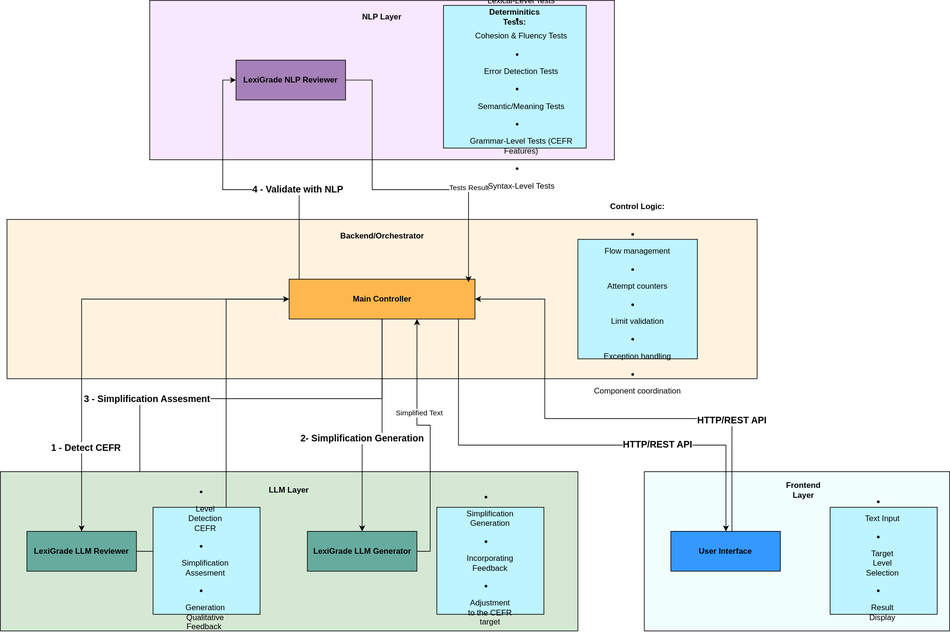
Earlier version of the draw.io export docs/architecture/lexigrade_components.drawio.svg (Lexi-Grade/lexigrade-app). Source tidied: cells renumbered, new cells last; positions are measured from the earlier drawing's top-left corner, leaving out a move shared by most shapes.
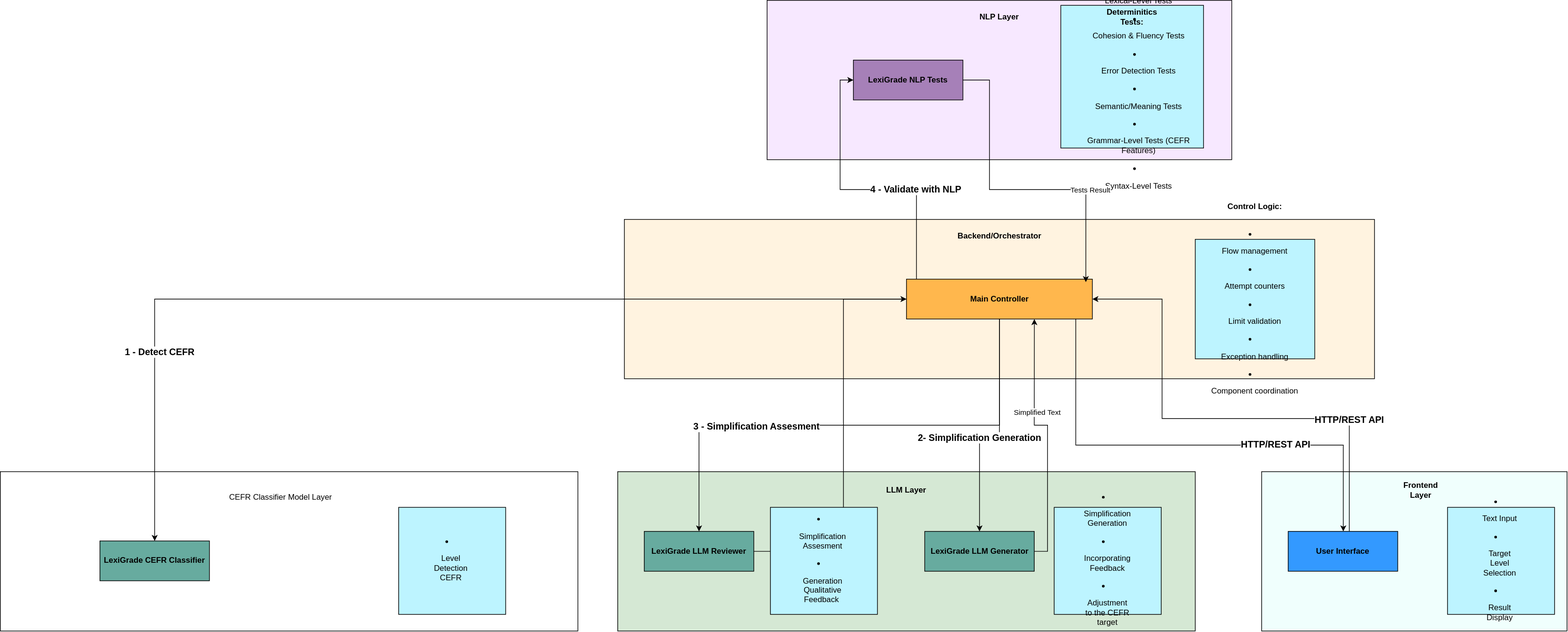
The same file after the commit.

Change to the diagram source:
```diff
@@ -14,20 +14,6 @@
     <mxCell id="5" value="&lt;p&gt;&lt;/p&gt;&lt;div style=&quot;&quot;&gt;&lt;span style=&quot;background-color: transparent; color: light-dark(rgb(0, 0, 0), rgb(255, 255, 255));&quot;&gt;&lt;b&gt;Control Logic:&lt;/b&gt;&lt;/span&gt;&lt;/div&gt;&lt;div style=&quot;&quot;&gt;&lt;br&gt;&lt;/div&gt;&lt;p&gt;&lt;/p&gt;&lt;li&gt;&lt;p style=&quot;&quot;&gt;Flow management&lt;/p&gt;&lt;/li&gt;&lt;li&gt;&lt;p style=&quot;&quot;&gt;Attempt counters&lt;/p&gt;&lt;/li&gt;&lt;li&gt;&lt;p style=&quot;&quot;&gt;Limit validation&lt;/p&gt;&lt;/li&gt;&lt;li&gt;&lt;p style=&quot;&quot;&gt;Exception handling&lt;/p&gt;&lt;/li&gt;&lt;li&gt;&lt;p style=&quot;&quot;&gt;Component coordination&lt;/p&gt;&lt;/li&gt;" style="text;html=1;whiteSpace=wrap;strokeColor=none;fillColor=none;align=center;verticalAlign=middle;rounded=0;" parent="1" vertex="1">
       <mxGeometry x="880" y="390" width="160" height="120" as="geometry" />
     </mxCell>
-    <mxCell id="6" style="edgeStyle=orthogonalEdgeStyle;rounded=0;jettySize=auto;html=1;entryX=0.859;entryY=0.026;entryDx=0;entryDy=0;entryPerimeter=0;" parent="1" edge="1" source="8" target="20">
-      <mxGeometry relative="1" as="geometry">
-        <Array as="points">
-          <mxPoint x="575" y="600" />
-          <mxPoint x="210" y="600" />
-          <mxPoint x="210" y="802" />
-        </Array>
-      </mxGeometry>
-    </mxCell>
-    <mxCell id="7" value="&lt;b&gt;&lt;font style=&quot;font-size: 14px;&quot;&gt;3 - Simplification Assesment&lt;/font&gt;&lt;/b&gt;" style="edgeLabel;html=1;align=center;verticalAlign=middle;" parent="6" vertex="1">
-      <mxGeometry x="0.34" y="-4" relative="1" as="geometry">
-        <mxPoint x="5" y="4" as="offset" />
-      </mxGeometry>
-    </mxCell>
     <mxCell id="8" style="rounded=0;whiteSpace=wrap;html=1;fillColor=#FFB74D;" parent="1" vertex="1">
       <mxGeometry x="435" y="420" width="280" height="60" as="geometry" />
     </mxCell>
@@ -40,7 +26,7 @@
     <mxCell id="11" value="&lt;b&gt;NLP Layer&lt;/b&gt;" style="text;html=1;whiteSpace=wrap;strokeColor=none;fillColor=none;align=center;verticalAlign=middle;rounded=0;" parent="1" vertex="1">
       <mxGeometry x="540" y="10" width="70" height="30" as="geometry" />
     </mxCell>
-    <mxCell id="12" value="&lt;b&gt;LexiGrade NLP Reviewer&lt;/b&gt;" style="rounded=0;whiteSpace=wrap;html=1;fillColor=#A680B8;" parent="1" vertex="1">
+    <mxCell id="12" value="&lt;b&gt;LexiGrade NLP Tests&lt;/b&gt;" style="rounded=0;whiteSpace=wrap;html=1;fillColor=#A680B8;" parent="1" vertex="1">
       <mxGeometry x="355" y="90" width="165" height="60" as="geometry" />
     </mxCell>
     <mxCell id="13" style="whiteSpace=wrap;html=1;fillColor=#BDF4FF;" parent="1" vertex="1">
@@ -75,7 +61,7 @@
     <mxCell id="21" style="whiteSpace=wrap;html=1;fillColor=#BDF4FF;" parent="1" vertex="1">
       <mxGeometry x="230" y="763.8" width="161.2" height="161.2" as="geometry" />
     </mxCell>
-    <mxCell id="22" value="&lt;li&gt;&lt;p&gt;Level Detection CEFR&lt;/p&gt;&lt;/li&gt;&lt;li&gt;&lt;p&gt;Simplification Assesment&lt;/p&gt;&lt;/li&gt;&lt;li&gt;&lt;p&gt;Generation Qualitative Feedback&amp;nbsp;&lt;/p&gt;&lt;/li&gt;" style="text;html=1;whiteSpace=wrap;strokeColor=none;fillColor=none;align=center;verticalAlign=middle;rounded=0;" parent="1" vertex="1">
+    <mxCell id="22" value="&lt;li&gt;&lt;p&gt;&lt;span style=&quot;background-color: transparent; color: light-dark(rgb(0, 0, 0), rgb(255, 255, 255));&quot;&gt;Simplification Assesment&lt;/span&gt;&lt;/p&gt;&lt;/li&gt;&lt;li&gt;&lt;p&gt;Generation Qualitative Feedback&amp;nbsp;&lt;/p&gt;&lt;/li&gt;" style="text;html=1;whiteSpace=wrap;strokeColor=none;fillColor=none;align=center;verticalAlign=middle;rounded=0;" parent="1" vertex="1">
       <mxGeometry x="278.8" y="832.5" width="60" height="30" as="geometry" />
     </mxCell>
     <mxCell id="23" style="whiteSpace=wrap;html=1;fillColor=#BDF4FF;" parent="1" vertex="1">
@@ -113,14 +99,6 @@
     <mxCell id="31" value="&lt;li&gt;&lt;p&gt;Simplification Generation&lt;/p&gt;&lt;/li&gt;&lt;li&gt;&lt;p&gt;Incorporating Feedback&lt;/p&gt;&lt;/li&gt;&lt;li&gt;&lt;p&gt;Adjustment to the CEFR target&lt;/p&gt;&lt;/li&gt;" style="text;html=1;whiteSpace=wrap;strokeColor=none;fillColor=none;align=center;verticalAlign=middle;rounded=0;" parent="1" vertex="1">
       <mxGeometry x="708.1" y="832.5" width="60" height="30" as="geometry" />
     </mxCell>
-    <mxCell id="32" style="edgeStyle=orthogonalEdgeStyle;rounded=0;jettySize=auto;html=1;" parent="1" edge="1" source="8" target="20">
-      <mxGeometry relative="1" as="geometry" />
-    </mxCell>
-    <mxCell id="33" value="&lt;b&gt;&lt;font style=&quot;font-size: 14px;&quot;&gt;1 - Detect CEFR&lt;/font&gt;&lt;/b&gt;" style="edgeLabel;html=1;align=center;verticalAlign=middle;" parent="32" vertex="1">
-      <mxGeometry x="0.62" y="6" relative="1" as="geometry">
-        <mxPoint y="-1" as="offset" />
-      </mxGeometry>
-    </mxCell>
     <mxCell id="34" style="edgeStyle=orthogonalEdgeStyle;rounded=0;jettySize=auto;html=1;entryX=0.5;entryY=0;entryDx=0;entryDy=0;" parent="1" edge="1" source="8" target="18">
       <mxGeometry relative="1" as="geometry">
         <Array as="points">
@@ -177,5 +155,34 @@
     <mxCell id="43" value="&lt;b&gt;&lt;font style=&quot;font-size: 14px;&quot;&gt;HTTP/REST API&lt;/font&gt;&lt;/b&gt;" style="edgeLabel;html=1;align=center;verticalAlign=middle;" parent="42" vertex="1">
       <mxGeometry x="0.35" y="2" relative="1" as="geometry" />
     </mxCell>
+    <mxCell id="44" style="rounded=0;whiteSpace=wrap;html=1;" parent="1" vertex="1">
+      <mxGeometry x="-930" y="710" width="870" height="240" as="geometry" />
+    </mxCell>
+    <mxCell id="45" value="&lt;b&gt;LexiGrade CEFR Classifier&lt;/b&gt;" style="rounded=0;whiteSpace=wrap;html=1;fillColor=#67AB9F;" parent="1" vertex="1">
+      <mxGeometry x="-780" y="814.4" width="165" height="60" as="geometry" />
+    </mxCell>
+    <mxCell id="46" value="CEFR Classifier Model Layer" style="text;html=1;whiteSpace=wrap;strokeColor=none;fillColor=none;align=center;verticalAlign=middle;rounded=0;" parent="1" vertex="1">
+      <mxGeometry x="-605" y="733.8" width="195" height="30" as="geometry" />
+    </mxCell>
+    <mxCell id="6" style="edgeStyle=orthogonalEdgeStyle;rounded=0;jettySize=auto;html=1;exitX=0.5;exitY=1;exitDx=0;exitDy=0;" parent="1" edge="1" source="8" target="20">
+      <mxGeometry relative="1" as="geometry" />
+    </mxCell>
+    <mxCell id="7" value="&lt;b&gt;&lt;font style=&quot;font-size: 14px;&quot;&gt;3 - Simplification Assesment&lt;/font&gt;&lt;/b&gt;" style="edgeLabel;html=1;align=center;verticalAlign=middle;" parent="6" vertex="1">
+      <mxGeometry x="0.37" y="1" relative="1" as="geometry" />
+    </mxCell>
+    <mxCell id="32" style="edgeStyle=orthogonalEdgeStyle;rounded=0;jettySize=auto;html=1;" parent="1" edge="1" source="8" target="45">
+      <mxGeometry relative="1" as="geometry" />
+    </mxCell>
+    <mxCell id="33" value="&lt;b&gt;&lt;font style=&quot;font-size: 14px;&quot;&gt;1 - Detect CEFR&lt;/font&gt;&lt;/b&gt;" style="edgeLabel;html=1;align=center;verticalAlign=middle;" parent="32" vertex="1">
+      <mxGeometry x="0.62" y="6" relative="1" as="geometry">
+        <mxPoint y="-1" as="offset" />
+      </mxGeometry>
+    </mxCell>
+    <mxCell id="47" style="whiteSpace=wrap;html=1;fillColor=#BDF4FF;" parent="1" vertex="1">
+      <mxGeometry x="-330" y="763.8" width="161.2" height="161.2" as="geometry" />
+    </mxCell>
+    <mxCell id="48" value="&lt;li&gt;&lt;p&gt;Level Detection CEFR&lt;/p&gt;&lt;/li&gt;" style="text;html=1;whiteSpace=wrap;strokeColor=none;fillColor=none;align=center;verticalAlign=middle;rounded=0;" parent="1" vertex="1">
+      <mxGeometry x="-281.2" y="832.5" width="60" height="30" as="geometry" />
+    </mxCell>
   </root>
 </mxGraphModel>
```
